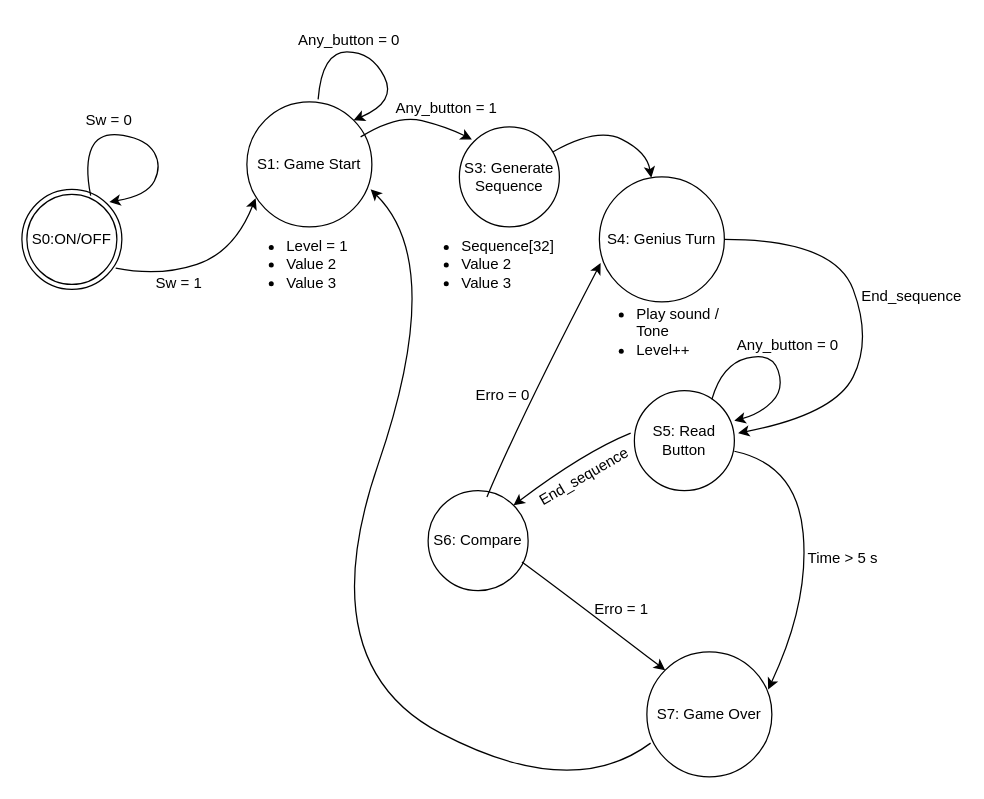
DeivisonLuan/Genius_Denius keeps this draw.io diagram as docs/DTE_Denius.drawio. Above is the earlier version. Source tidied: cells renumbered, new cells numbered last; positions are measured from the earlier drawing's top-left corner, leaving out a move shared by most shapes. Both pictures are drawn from the tidied source at 125%, with x=0, y=0 at pixel (21, 21).
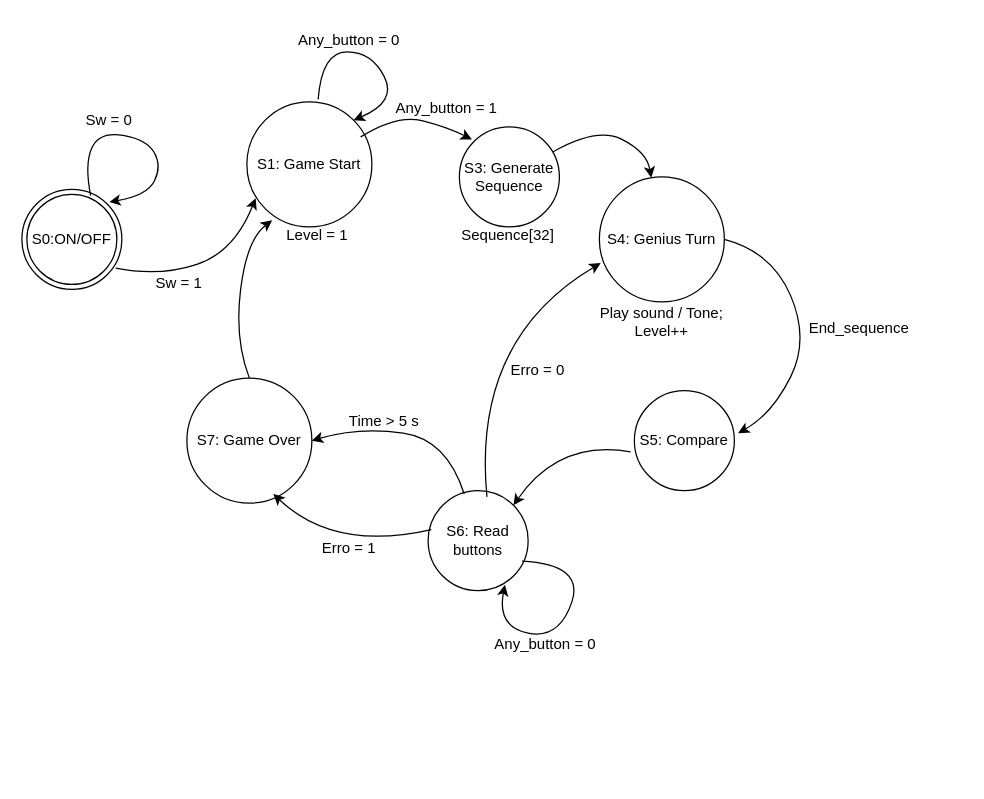
After the change.

The change refers to these unchanged cells:
```xml
<mxCell id="3" value="S1: Game Start" style="ellipse;whiteSpace=wrap;html=1;" parent="1" vertex="1">
  <mxGeometry x="180" y="64" width="100" height="100" as="geometry" />
</mxCell>
<mxCell id="5" value="S4: Genius Turn" style="ellipse;whiteSpace=wrap;html=1;" parent="1" vertex="1">
  <mxGeometry x="462" y="124" width="100" height="100" as="geometry" />
</mxCell>
```

Diff of the diagram source:
```diff
@@
-    <mxCell id="6" value="S5: Read Button" style="ellipse;whiteSpace=wrap;html=1;" parent="1" vertex="1">
+    <mxCell id="6" value="S5: Compare" style="ellipse;whiteSpace=wrap;html=1;" parent="1" vertex="1">
       <mxGeometry x="490" y="295" width="80" height="80" as="geometry" />
     </mxCell>
-    <mxCell id="7" value="S6: Compare" style="ellipse;whiteSpace=wrap;html=1;" parent="1" vertex="1">
+    <mxCell id="7" value="S6: Read buttons" style="ellipse;whiteSpace=wrap;html=1;" parent="1" vertex="1">
       <mxGeometry x="325" y="375" width="80" height="80" as="geometry" />
     </mxCell>
     <mxCell id="8" value="S7: Game Over" style="ellipse;whiteSpace=wrap;html=1;" parent="1" vertex="1">
-      <mxGeometry x="500" y="504" width="100" height="100" as="geometry" />
+      <mxGeometry x="132" y="285" width="100" height="100" as="geometry" />
     </mxCell>
@@
     <mxCell id="12" style="curved=1;endArrow=classic;html=1;exitX=1;exitY=0.5;exitDx=0;exitDy=0;entryX=1.038;entryY=0.425;entryDx=0;entryDy=0;entryPerimeter=0;" parent="1" edge="1" source="5" target="6">
       <mxGeometry relative="1" as="geometry">
         <Array as="points">
-          <mxPoint x="650" y="174" />
-          <mxPoint x="680" y="254" />
-          <mxPoint x="650" y="314" />
+          <mxPoint x="600" y="184" />
+          <mxPoint x="630" y="254" />
+          <mxPoint x="600" y="314" />
         </Array>
       </mxGeometry>
     </mxCell>
-    <mxCell id="13" style="curved=1;endArrow=classic;html=1;exitX=1;exitY=0.5;exitDx=0;exitDy=0;entryX=0.97;entryY=0.3;entryDx=0;entryDy=0;entryPerimeter=0;" parent="1" edge="1" target="8">
+    <mxCell id="13" style="curved=1;endArrow=classic;html=1;exitX=0.361;exitY=0.034;exitDx=0;exitDy=0;entryX=1;entryY=0.5;entryDx=0;entryDy=0;exitPerimeter=0;" parent="1" edge="1" source="7" target="8">
       <mxGeometry relative="1" as="geometry">
-        <mxPoint x="570" y="343.5" as="sourcePoint" />
         <Array as="points">
-          <mxPoint x="620" y="354" />
-          <mxPoint x="630" y="464" />
+          <mxPoint x="340" y="334" />
+          <mxPoint x="270" y="324" />
         </Array>
       </mxGeometry>
     </mxCell>
-    <mxCell id="14" style="curved=1;endArrow=classic;html=1;exitX=-0.037;exitY=0.425;exitDx=0;exitDy=0;exitPerimeter=0;entryX=1;entryY=0;entryDx=0;entryDy=0;" parent="1" edge="1" source="6" target="7">
+    <mxCell id="14" style="curved=1;endArrow=classic;html=1;entryX=1;entryY=0;entryDx=0;entryDy=0;" parent="1" edge="1" target="7">
       <mxGeometry relative="1" as="geometry">
+        <mxPoint x="487" y="344" as="sourcePoint" />
         <Array as="points">
-          <mxPoint x="450" y="344" />
+          <mxPoint x="430" y="334" />
         </Array>
       </mxGeometry>
     </mxCell>
-    <mxCell id="15" style="curved=1;endArrow=classic;html=1;exitX=0.938;exitY=0.713;exitDx=0;exitDy=0;entryX=0;entryY=0;entryDx=0;entryDy=0;exitPerimeter=0;" parent="1" edge="1" source="7" target="8">
+    <mxCell id="15" style="curved=1;endArrow=classic;html=1;exitX=0.032;exitY=0.389;exitDx=0;exitDy=0;entryX=0.692;entryY=0.927;entryDx=0;entryDy=0;exitPerimeter=0;entryPerimeter=0;" parent="1" edge="1" source="7" target="8">
       <mxGeometry relative="1" as="geometry">
         <Array as="points">
-          <mxPoint x="430" y="454" />
+          <mxPoint x="250" y="424" />
         </Array>
       </mxGeometry>
     </mxCell>
-    <mxCell id="16" style="curved=1;endArrow=classic;html=1;entryX=0.99;entryY=0.7;entryDx=0;entryDy=0;entryPerimeter=0;exitX=0.03;exitY=0.73;exitDx=0;exitDy=0;exitPerimeter=0;" parent="1" edge="1" source="8" target="3">
+    <mxCell id="16" style="curved=1;endArrow=classic;html=1;entryX=0.202;entryY=0.948;entryDx=0;entryDy=0;exitX=0.5;exitY=0;exitDx=0;exitDy=0;entryPerimeter=0;" parent="1" edge="1" source="8" target="3">
       <mxGeometry relative="1" as="geometry">
         <Array as="points">
-          <mxPoint x="440" y="624" />
-          <mxPoint x="230" y="514" />
-          <mxPoint x="340" y="194" />
+          <mxPoint x="170" y="254" />
+          <mxPoint x="180" y="174" />
         </Array>
       </mxGeometry>
     </mxCell>
     <mxCell id="17" style="curved=1;endArrow=classic;html=1;entryX=0.01;entryY=0.69;entryDx=0;entryDy=0;entryPerimeter=0;exitX=0.588;exitY=0.063;exitDx=0;exitDy=0;exitPerimeter=0;" parent="1" edge="1" source="7" target="5">
       <mxGeometry relative="1" as="geometry">
         <Array as="points">
-          <mxPoint x="400" y="314" />
+          <mxPoint x="360" y="254" />
         </Array>
       </mxGeometry>
     </mxCell>
@@
-    <mxCell id="19" style="curved=1;endArrow=classic;html=1;exitX=0.775;exitY=0.088;exitDx=0;exitDy=0;entryX=1;entryY=0.3;entryDx=0;entryDy=0;exitPerimeter=0;entryPerimeter=0;" parent="1" edge="1" source="6" target="6">
+    <mxCell id="19" style="curved=1;endArrow=classic;html=1;exitX=0.939;exitY=0.705;exitDx=0;exitDy=0;exitPerimeter=0;entryX=0.768;entryY=0.942;entryDx=0;entryDy=0;entryPerimeter=0;" parent="1" edge="1" source="7" target="7">
       <mxGeometry relative="1" as="geometry">
         <Array as="points">
-          <mxPoint x="560" y="274" />
-          <mxPoint x="600" y="264" />
-          <mxPoint x="610" y="294" />
-          <mxPoint x="590" y="314" />
+          <mxPoint x="450" y="434" />
+          <mxPoint x="430" y="494" />
+          <mxPoint x="380" y="484" />
         </Array>
       </mxGeometry>
     </mxCell>
@@
-    <mxCell id="21" value="&lt;ul&gt;&lt;li&gt;Level = 1&lt;/li&gt;&lt;li&gt;Value 2&lt;/li&gt;&lt;li&gt;Value 3&lt;/li&gt;&lt;/ul&gt;" style="text;strokeColor=none;fillColor=none;html=1;whiteSpace=wrap;verticalAlign=middle;overflow=hidden;" parent="1" vertex="1">
-      <mxGeometry x="170" y="154" width="100" height="80" as="geometry" />
+    <mxCell id="21" value="&lt;span style=&quot;background-color: transparent;&quot;&gt;Level = 1&lt;/span&gt;" style="text;strokeColor=none;fillColor=none;html=1;whiteSpace=wrap;verticalAlign=middle;overflow=hidden;" parent="1" vertex="1">
+      <mxGeometry x="210" y="156" width="60" height="30" as="geometry" />
     </mxCell>
-    <mxCell id="22" value="&lt;ul&gt;&lt;li&gt;Sequence[32]&lt;/li&gt;&lt;li&gt;Value 2&lt;/li&gt;&lt;li&gt;Value 3&lt;/li&gt;&lt;/ul&gt;" style="text;strokeColor=none;fillColor=none;html=1;whiteSpace=wrap;verticalAlign=middle;overflow=hidden;" parent="1" vertex="1">
-      <mxGeometry x="310" y="154" width="120" height="80" as="geometry" />
+    <mxCell id="22" value="&lt;span style=&quot;background-color: transparent;&quot;&gt;Sequence[32]&lt;/span&gt;" style="text;strokeColor=none;fillColor=none;html=1;whiteSpace=wrap;verticalAlign=middle;overflow=hidden;" parent="1" vertex="1">
+      <mxGeometry x="350" y="156" width="80" height="30" as="geometry" />
     </mxCell>
-    <mxCell id="23" value="&lt;ul&gt;&lt;li&gt;&lt;span style=&quot;background-color: transparent;&quot;&gt;Play sound / Tone&lt;/span&gt;&lt;/li&gt;&lt;li&gt;&lt;span style=&quot;background-color: transparent;&quot;&gt;Level++&lt;/span&gt;&lt;/li&gt;&lt;/ul&gt;" style="text;strokeColor=none;fillColor=none;html=1;whiteSpace=wrap;verticalAlign=middle;overflow=hidden;" parent="1" vertex="1">
-      <mxGeometry x="450" y="210" width="130" height="76" as="geometry" />
+    <mxCell id="23" value="&lt;span style=&quot;background-color: transparent;&quot;&gt;Play sound / Tone;&lt;/span&gt;&lt;br&gt;&lt;span style=&quot;background-color: transparent;&quot;&gt;Level++&lt;/span&gt;" style="text;strokeColor=none;fillColor=none;html=1;whiteSpace=wrap;verticalAlign=middle;overflow=hidden;align=center;" parent="1" vertex="1">
+      <mxGeometry x="453" y="220" width="118" height="40" as="geometry" />
     </mxCell>
@@
     <mxCell id="28" value="End_sequence" style="text;html=1;align=center;verticalAlign=middle;whiteSpace=wrap;rounded=0;" parent="1" vertex="1">
-      <mxGeometry x="682" y="205" width="60" height="30" as="geometry" />
+      <mxGeometry x="640" y="230" width="60" height="30" as="geometry" />
     </mxCell>
-    <mxCell id="29" value="End_sequence" style="text;html=1;align=center;verticalAlign=middle;whiteSpace=wrap;rounded=0;rotation=-30;" parent="1" vertex="1">
-      <mxGeometry x="420" y="349" width="60" height="30" as="geometry" />
-    </mxCell>
     <mxCell id="30" value="Erro = 1" style="text;html=1;align=center;verticalAlign=middle;whiteSpace=wrap;rounded=0;" parent="1" vertex="1">
-      <mxGeometry x="450" y="455" width="60" height="30" as="geometry" />
+      <mxGeometry x="232" y="406" width="60" height="30" as="geometry" />
     </mxCell>
     <mxCell id="31" value="Time &amp;gt; 5 s" style="text;html=1;align=center;verticalAlign=middle;whiteSpace=wrap;rounded=0;" parent="1" vertex="1">
-      <mxGeometry x="627" y="414" width="60" height="30" as="geometry" />
+      <mxGeometry x="260" y="305" width="60" height="30" as="geometry" />
     </mxCell>
     <mxCell id="32" value="Erro = 0" style="text;html=1;align=center;verticalAlign=middle;whiteSpace=wrap;rounded=0;" parent="1" vertex="1">
-      <mxGeometry x="355" y="284" width="60" height="30" as="geometry" />
+      <mxGeometry x="383" y="264" width="60" height="30" as="geometry" />
     </mxCell>
     <mxCell id="33" value="Any_button = 0" style="text;html=1;align=center;verticalAlign=middle;whiteSpace=wrap;rounded=0;" parent="1" vertex="1">
-      <mxGeometry x="570" y="244" width="86" height="30" as="geometry" />
+      <mxGeometry x="376" y="483" width="86" height="30" as="geometry" />
     </mxCell>
```
